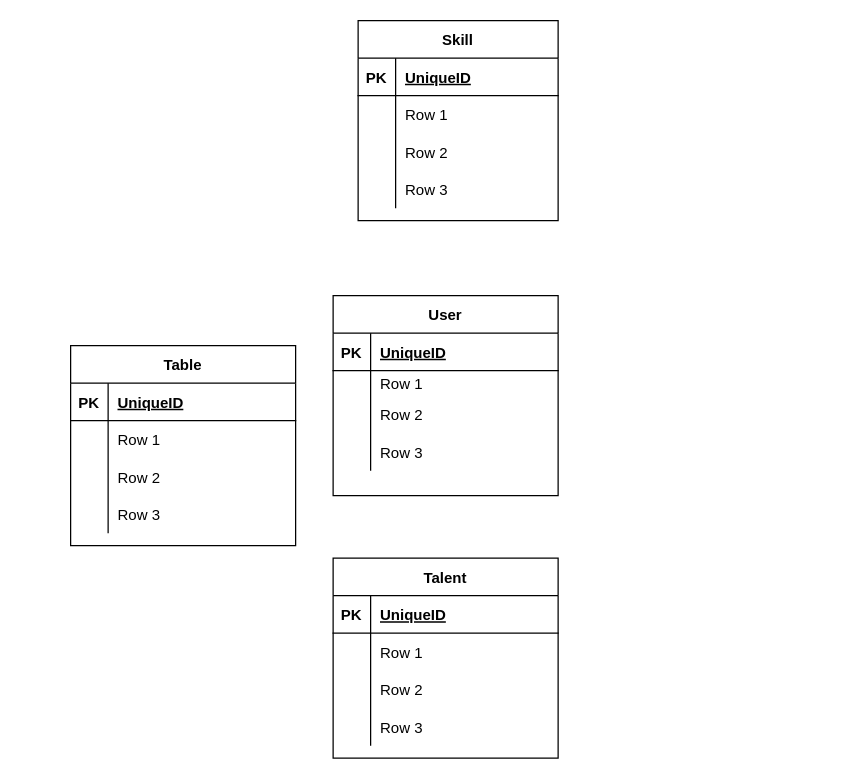
Above: Untitled Diagram.drawio in ryos321/erd (draw.io), before the change. Source tidied: cells renumbered, new cells numbered last; positions are measured from the earlier drawing's top-left corner, leaving out a move shared by most shapes. Both pictures are drawn from the tidied source at 125%, with x=0, y=0 at pixel (70, 20).
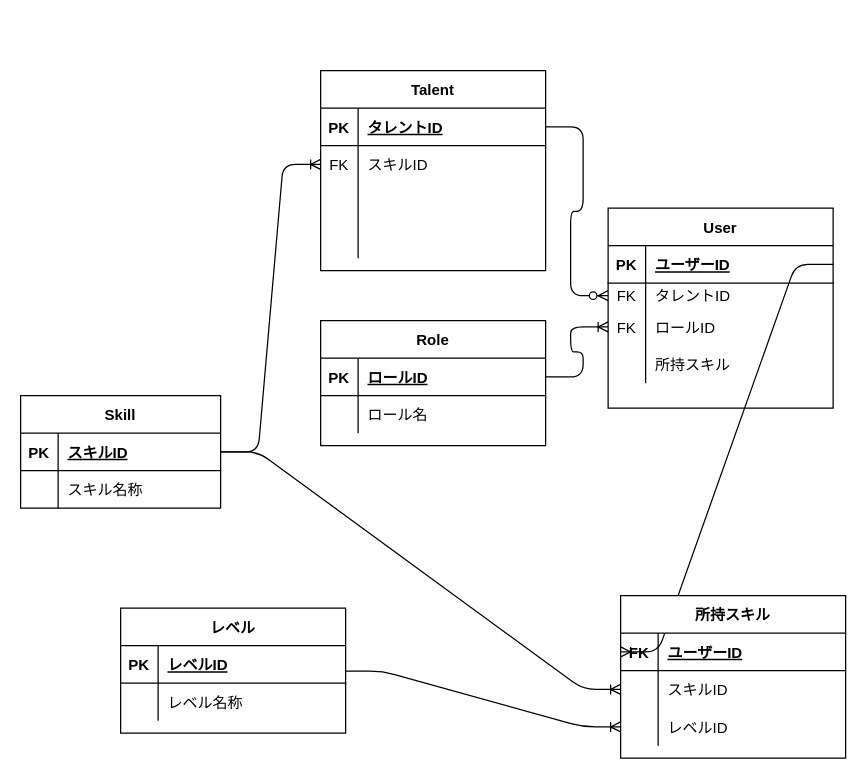
The same diagram, later.

The change refers to these unchanged cells:
```xml
<mxCell id="3" style="shape=partialRectangle;fillColor=none;top=0;left=0;bottom=1;right=0;points=[[0,0.5],[1,0.5]];portConstraint=eastwest;" parent="2" vertex="1">
  <mxGeometry y="30" width="180" height="30" as="geometry" />
</mxCell>
<mxCell id="6" style="shape=partialRectangle;fillColor=none;top=0;left=0;bottom=0;right=0;points=[[0,0.5],[1,0.5]];portConstraint=eastwest;" parent="2" vertex="1">
  <mxGeometry y="60" width="180" height="20" as="geometry" />
</mxCell>
<mxCell id="9" style="shape=partialRectangle;fillColor=none;top=0;left=0;bottom=0;right=0;points=[[0,0.5],[1,0.5]];portConstraint=eastwest;" parent="2" vertex="1">
  <mxGeometry y="80" width="180" height="30" as="geometry" />
</mxCell>
<mxCell id="12" style="shape=partialRectangle;fillColor=none;top=0;left=0;bottom=0;right=0;" parent="2" vertex="1">
  <mxGeometry y="110" width="180" height="30" as="geometry" />
</mxCell>
<mxCell id="29" style="shape=partialRectangle;fillColor=none;top=0;left=0;bottom=1;right=0;points=[[0,0.5],[1,0.5]];portConstraint=eastwest;" parent="28" vertex="1">
  <mxGeometry y="30" width="160" height="30" as="geometry" />
</mxCell>
<mxCell id="32" style="shape=partialRectangle;fillColor=none;top=0;left=0;bottom=0;right=0;" parent="28" vertex="1">
  <mxGeometry y="60" width="160" height="30" as="geometry" />
</mxCell>
<mxCell id="42" style="shape=partialRectangle;fillColor=none;top=0;left=0;bottom=1;right=0;points=[[0,0.5],[1,0.5]];portConstraint=eastwest;" parent="41" vertex="1">
  <mxGeometry y="30" width="180" height="30" as="geometry" />
</mxCell>
<mxCell id="45" style="shape=partialRectangle;fillColor=none;top=0;left=0;bottom=0;right=0;points=[[0,0.5],[1,0.5]];portConstraint=eastwest;" parent="41" vertex="1">
  <mxGeometry y="60" width="180" height="30" as="geometry" />
</mxCell>
<mxCell id="48" style="shape=partialRectangle;fillColor=none;top=0;left=0;bottom=0;right=0;points=[[0,0.5],[1,0.5]];portConstraint=eastwest;" parent="41" vertex="1">
  <mxGeometry y="90" width="180" height="30" as="geometry" />
</mxCell>
```

Diff of the diagram source:
```diff
@@
+    <mxCell id="54" style="edgeStyle=entityRelationEdgeStyle;fontSize=12;html=1;endArrow=ERzeroToMany;endFill=1;exitX=1;exitY=0.5;exitDx=0;exitDy=0;entryX=0;entryY=0.5;entryDx=0;entryDy=0;" parent="1" edge="1" source="16" target="6">
+      <mxGeometry relative="1" as="geometry" />
+    </mxCell>
+    <mxCell id="55" style="edgeStyle=entityRelationEdgeStyle;fontSize=12;html=1;endArrow=ERoneToMany;exitX=1;exitY=0.5;exitDx=0;exitDy=0;entryX=0;entryY=0.5;entryDx=0;entryDy=0;" parent="1" edge="1" source="29" target="19">
+      <mxGeometry relative="1" as="geometry" />
+    </mxCell>
+    <mxCell id="56" style="edgeStyle=entityRelationEdgeStyle;fontSize=12;html=1;endArrow=ERoneToMany;exitX=1;exitY=0.5;exitDx=0;exitDy=0;entryX=0;entryY=0.5;entryDx=0;entryDy=0;" parent="1" edge="1" source="58" target="9">
+      <mxGeometry relative="1" as="geometry" />
+    </mxCell>
+    <mxCell id="15" value="Talent" style="shape=table;startSize=30;childLayout=tableLayout;rowLines=0;fontStyle=1;align=center;" parent="1" vertex="1">
+      <mxGeometry x="200" y="40" width="180" height="160" as="geometry" />
+    </mxCell>
+    <mxCell id="16" style="shape=partialRectangle;fillColor=none;top=0;left=0;bottom=1;right=0;points=[[0,0.5],[1,0.5]];portConstraint=eastwest;" parent="15" vertex="1">
+      <mxGeometry y="30" width="180" height="30" as="geometry" />
+    </mxCell>
+    <mxCell id="17" value="PK" style="shape=partialRectangle;fillColor=none;top=0;left=0;bottom=0;right=0;fontStyle=1;overflow=hidden;" parent="16" vertex="1">
+      <mxGeometry width="30" height="30" as="geometry" />
+    </mxCell>
+    <mxCell id="18" value="タレントID" style="shape=partialRectangle;fillColor=none;top=0;left=0;bottom=0;right=0;align=left;spacingLeft=6;fontStyle=5;overflow=hidden;" parent="16" vertex="1">
+      <mxGeometry x="30" width="150" height="30" as="geometry" />
+    </mxCell>
+    <mxCell id="19" style="shape=partialRectangle;fillColor=none;top=0;left=0;bottom=0;right=0;points=[[0,0.5],[1,0.5]];portConstraint=eastwest;" parent="15" vertex="1">
+      <mxGeometry y="60" width="180" height="30" as="geometry" />
+    </mxCell>
+    <mxCell id="20" value="FK" style="shape=partialRectangle;fillColor=none;top=0;left=0;bottom=0;right=0;overflow=hidden;" parent="19" vertex="1">
+      <mxGeometry width="30" height="30" as="geometry" />
+    </mxCell>
+    <mxCell id="21" value="スキルID" style="shape=partialRectangle;fillColor=none;top=0;left=0;bottom=0;right=0;align=left;spacingLeft=6;overflow=hidden;" parent="19" vertex="1">
+      <mxGeometry x="30" width="150" height="30" as="geometry" />
+    </mxCell>
+    <mxCell id="22" style="shape=partialRectangle;fillColor=none;top=0;left=0;bottom=0;right=0;" parent="15" vertex="1">
+      <mxGeometry y="90" width="180" height="30" as="geometry" />
+    </mxCell>
+    <mxCell id="23" style="shape=partialRectangle;fillColor=none;top=0;left=0;bottom=0;right=0;overflow=hidden;" parent="22" vertex="1">
+      <mxGeometry width="30" height="30" as="geometry" />
+    </mxCell>
+    <mxCell id="24" style="shape=partialRectangle;fillColor=none;top=0;left=0;bottom=0;right=0;align=left;spacingLeft=6;overflow=hidden;" parent="22" vertex="1">
+      <mxGeometry x="30" width="150" height="30" as="geometry" />
+    </mxCell>
+    <mxCell id="25" style="shape=partialRectangle;fillColor=none;top=0;left=0;bottom=0;right=0;" parent="15" vertex="1">
+      <mxGeometry y="120" width="180" height="30" as="geometry" />
+    </mxCell>
+    <mxCell id="26" style="shape=partialRectangle;fillColor=none;top=0;left=0;bottom=0;right=0;overflow=hidden;" parent="25" vertex="1">
+      <mxGeometry width="30" height="30" as="geometry" />
+    </mxCell>
+    <mxCell id="27" style="shape=partialRectangle;fillColor=none;top=0;left=0;bottom=0;right=0;align=left;spacingLeft=6;overflow=hidden;" parent="25" vertex="1">
+      <mxGeometry x="30" width="150" height="30" as="geometry" />
+    </mxCell>
+    <mxCell id="57" value="Role" style="shape=table;startSize=30;childLayout=tableLayout;rowLines=0;fontStyle=1;align=center;" parent="1" vertex="1">
+      <mxGeometry x="200" y="240" width="180" height="100" as="geometry" />
+    </mxCell>
+    <mxCell id="58" style="shape=partialRectangle;fillColor=none;top=0;left=0;bottom=1;right=0;points=[[0,0.5],[1,0.5]];portConstraint=eastwest;" parent="57" vertex="1">
+      <mxGeometry y="30" width="180" height="30" as="geometry" />
+    </mxCell>
+    <mxCell id="59" value="PK" style="shape=partialRectangle;fillColor=none;top=0;left=0;bottom=0;right=0;fontStyle=1;overflow=hidden;" parent="58" vertex="1">
+      <mxGeometry width="30" height="30" as="geometry" />
+    </mxCell>
+    <mxCell id="60" value="ロールID" style="shape=partialRectangle;fillColor=none;top=0;left=0;bottom=0;right=0;align=left;spacingLeft=6;fontStyle=5;overflow=hidden;" parent="58" vertex="1">
+      <mxGeometry x="30" width="150" height="30" as="geometry" />
+    </mxCell>
+    <mxCell id="61" style="shape=partialRectangle;fillColor=none;top=0;left=0;bottom=0;right=0;" parent="57" vertex="1">
+      <mxGeometry y="60" width="180" height="30" as="geometry" />
+    </mxCell>
+    <mxCell id="62" style="shape=partialRectangle;fillColor=none;top=0;left=0;bottom=0;right=0;overflow=hidden;" parent="61" vertex="1">
+      <mxGeometry width="30" height="30" as="geometry" />
+    </mxCell>
+    <mxCell id="63" value="ロール名" style="shape=partialRectangle;fillColor=none;top=0;left=0;bottom=0;right=0;align=left;spacingLeft=6;overflow=hidden;" parent="61" vertex="1">
+      <mxGeometry x="30" width="150" height="30" as="geometry" />
+    </mxCell>
     <mxCell id="2" value="User" style="shape=table;startSize=30;childLayout=tableLayout;rowLines=0;fontStyle=1;align=center;" parent="1" vertex="1">
-      <mxGeometry x="210" y="220" width="180" height="160" as="geometry" />
+      <mxGeometry x="430" y="150" width="180" height="160" as="geometry" />
     </mxCell>
@@
-    <mxCell id="5" value="UniqueID" style="shape=partialRectangle;fillColor=none;top=0;left=0;bottom=0;right=0;align=left;spacingLeft=6;fontStyle=5;overflow=hidden;" parent="3" vertex="1">
+    <mxCell id="5" value="ユーザーID" style="shape=partialRectangle;fillColor=none;top=0;left=0;bottom=0;right=0;align=left;spacingLeft=6;fontStyle=5;overflow=hidden;" parent="3" vertex="1">
       <mxGeometry x="30" width="150" height="30" as="geometry" />
     </mxCell>
@@
-    <mxCell id="7" style="shape=partialRectangle;fillColor=none;top=0;left=0;bottom=0;right=0;overflow=hidden;" parent="6" vertex="1">
+    <mxCell id="7" value="FK" style="shape=partialRectangle;fillColor=none;top=0;left=0;bottom=0;right=0;overflow=hidden;" parent="6" vertex="1">
       <mxGeometry width="30" height="20" as="geometry" />
     </mxCell>
-    <mxCell id="8" value="Row 1" style="shape=partialRectangle;fillColor=none;top=0;left=0;bottom=0;right=0;align=left;spacingLeft=6;overflow=hidden;" parent="6" vertex="1">
+    <mxCell id="8" value="タレントID" style="shape=partialRectangle;fillColor=none;top=0;left=0;bottom=0;right=0;align=left;spacingLeft=6;overflow=hidden;" parent="6" vertex="1">
       <mxGeometry x="30" width="150" height="20" as="geometry" />
     </mxCell>
@@
-    <mxCell id="10" style="shape=partialRectangle;fillColor=none;top=0;left=0;bottom=0;right=0;overflow=hidden;" parent="9" vertex="1">
+    <mxCell id="10" value="FK" style="shape=partialRectangle;fillColor=none;top=0;left=0;bottom=0;right=0;overflow=hidden;" parent="9" vertex="1">
       <mxGeometry width="30" height="30" as="geometry" />
     </mxCell>
-    <mxCell id="11" value="Row 2" style="shape=partialRectangle;fillColor=none;top=0;left=0;bottom=0;right=0;align=left;spacingLeft=6;overflow=hidden;" parent="9" vertex="1">
+    <mxCell id="11" value="ロールID" style="shape=partialRectangle;fillColor=none;top=0;left=0;bottom=0;right=0;align=left;spacingLeft=6;overflow=hidden;" parent="9" vertex="1">
       <mxGeometry x="30" width="150" height="30" as="geometry" />
     </mxCell>
@@
-    <mxCell id="14" value="Row 3" style="shape=partialRectangle;fillColor=none;top=0;left=0;bottom=0;right=0;align=left;spacingLeft=6;overflow=hidden;" parent="12" vertex="1">
+    <mxCell id="14" value="所持スキル" style="shape=partialRectangle;fillColor=none;top=0;left=0;bottom=0;right=0;align=left;spacingLeft=6;overflow=hidden;" parent="12" vertex="1">
       <mxGeometry x="30" width="150" height="30" as="geometry" />
     </mxCell>
-    <mxCell id="15" value="Talent" style="shape=table;startSize=30;childLayout=tableLayout;rowLines=0;fontStyle=1;align=center;" parent="1" vertex="1">
-      <mxGeometry x="210" y="430" width="180" height="160" as="geometry" />
-    </mxCell>
-    <mxCell id="16" style="shape=partialRectangle;fillColor=none;top=0;left=0;bottom=1;right=0;points=[[0,0.5],[1,0.5]];portConstraint=eastwest;" parent="15" vertex="1">
-      <mxGeometry y="30" width="180" height="30" as="geometry" />
-    </mxCell>
-    <mxCell id="17" value="PK" style="shape=partialRectangle;fillColor=none;top=0;left=0;bottom=0;right=0;fontStyle=1;overflow=hidden;" parent="16" vertex="1">
-      <mxGeometry width="30" height="30" as="geometry" />
-    </mxCell>
-    <mxCell id="18" value="UniqueID" style="shape=partialRectangle;fillColor=none;top=0;left=0;bottom=0;right=0;align=left;spacingLeft=6;fontStyle=5;overflow=hidden;" parent="16" vertex="1">
-      <mxGeometry x="30" width="150" height="30" as="geometry" />
-    </mxCell>
-    <mxCell id="19" style="shape=partialRectangle;fillColor=none;top=0;left=0;bottom=0;right=0;points=[[0,0.5],[1,0.5]];portConstraint=eastwest;" parent="15" vertex="1">
-      <mxGeometry y="60" width="180" height="30" as="geometry" />
-    </mxCell>
-    <mxCell id="20" style="shape=partialRectangle;fillColor=none;top=0;left=0;bottom=0;right=0;overflow=hidden;" parent="19" vertex="1">
-      <mxGeometry width="30" height="30" as="geometry" />
-    </mxCell>
-    <mxCell id="21" value="Row 1" style="shape=partialRectangle;fillColor=none;top=0;left=0;bottom=0;right=0;align=left;spacingLeft=6;overflow=hidden;" parent="19" vertex="1">
-      <mxGeometry x="30" width="150" height="30" as="geometry" />
-    </mxCell>
-    <mxCell id="22" style="shape=partialRectangle;fillColor=none;top=0;left=0;bottom=0;right=0;" parent="15" vertex="1">
-      <mxGeometry y="90" width="180" height="30" as="geometry" />
-    </mxCell>
-    <mxCell id="23" style="shape=partialRectangle;fillColor=none;top=0;left=0;bottom=0;right=0;overflow=hidden;" parent="22" vertex="1">
-      <mxGeometry width="30" height="30" as="geometry" />
-    </mxCell>
-    <mxCell id="24" value="Row 2" style="shape=partialRectangle;fillColor=none;top=0;left=0;bottom=0;right=0;align=left;spacingLeft=6;overflow=hidden;" parent="22" vertex="1">
-      <mxGeometry x="30" width="150" height="30" as="geometry" />
-    </mxCell>
-    <mxCell id="25" style="shape=partialRectangle;fillColor=none;top=0;left=0;bottom=0;right=0;" parent="15" vertex="1">
-      <mxGeometry y="120" width="180" height="30" as="geometry" />
-    </mxCell>
-    <mxCell id="26" style="shape=partialRectangle;fillColor=none;top=0;left=0;bottom=0;right=0;overflow=hidden;" parent="25" vertex="1">
-      <mxGeometry width="30" height="30" as="geometry" />
-    </mxCell>
-    <mxCell id="27" value="Row 3" style="shape=partialRectangle;fillColor=none;top=0;left=0;bottom=0;right=0;align=left;spacingLeft=6;overflow=hidden;" parent="25" vertex="1">
-      <mxGeometry x="30" width="150" height="30" as="geometry" />
-    </mxCell>
+    <mxCell id="64" style="edgeStyle=entityRelationEdgeStyle;fontSize=12;html=1;endArrow=ERoneToMany;exitX=1;exitY=0.5;exitDx=0;exitDy=0;entryX=0;entryY=0.5;entryDx=0;entryDy=0;" parent="1" edge="1" source="3" target="42">
+      <mxGeometry relative="1" as="geometry" />
+    </mxCell>
+    <mxCell id="65" style="edgeStyle=entityRelationEdgeStyle;fontSize=12;html=1;endArrow=ERoneToMany;exitX=1;exitY=0.5;exitDx=0;exitDy=0;entryX=0;entryY=0.5;entryDx=0;entryDy=0;" parent="1" edge="1" source="28" target="45">
+      <mxGeometry relative="1" as="geometry" />
+    </mxCell>
     <mxCell id="28" value="Skill" style="shape=table;startSize=30;childLayout=tableLayout;rowLines=0;fontStyle=1;align=center;" parent="1" vertex="1">
-      <mxGeometry x="230" width="160" height="160" as="geometry" />
+      <mxGeometry x="-40" y="300" width="160" height="90" as="geometry" />
     </mxCell>
@@
-    <mxCell id="31" value="UniqueID" style="shape=partialRectangle;fillColor=none;top=0;left=0;bottom=0;right=0;align=left;spacingLeft=6;fontStyle=5;overflow=hidden;" parent="29" vertex="1">
+    <mxCell id="31" value="スキルID" style="shape=partialRectangle;fillColor=none;top=0;left=0;bottom=0;right=0;align=left;spacingLeft=6;fontStyle=5;overflow=hidden;" parent="29" vertex="1">
       <mxGeometry x="30" width="130" height="30" as="geometry" />
     </mxCell>
@@
-    <mxCell id="34" value="Row 1" style="shape=partialRectangle;fillColor=none;top=0;left=0;bottom=0;right=0;align=left;spacingLeft=6;overflow=hidden;" parent="32" vertex="1">
+    <mxCell id="34" value="スキル名称" style="shape=partialRectangle;fillColor=none;top=0;left=0;bottom=0;right=0;align=left;spacingLeft=6;overflow=hidden;" parent="32" vertex="1">
       <mxGeometry x="30" width="130" height="30" as="geometry" />
     </mxCell>
-    <mxCell id="35" style="shape=partialRectangle;fillColor=none;top=0;left=0;bottom=0;right=0;" parent="28" vertex="1">
-      <mxGeometry y="90" width="160" height="30" as="geometry" />
-    </mxCell>
-    <mxCell id="36" style="shape=partialRectangle;fillColor=none;top=0;left=0;bottom=0;right=0;overflow=hidden;" parent="35" vertex="1">
-      <mxGeometry width="30" height="30" as="geometry" />
-    </mxCell>
-    <mxCell id="37" value="Row 2" style="shape=partialRectangle;fillColor=none;top=0;left=0;bottom=0;right=0;align=left;spacingLeft=6;overflow=hidden;" parent="35" vertex="1">
-      <mxGeometry x="30" width="130" height="30" as="geometry" />
-    </mxCell>
-    <mxCell id="38" style="shape=partialRectangle;fillColor=none;top=0;left=0;bottom=0;right=0;" parent="28" vertex="1">
-      <mxGeometry y="120" width="160" height="30" as="geometry" />
-    </mxCell>
-    <mxCell id="39" style="shape=partialRectangle;fillColor=none;top=0;left=0;bottom=0;right=0;overflow=hidden;" parent="38" vertex="1">
-      <mxGeometry width="30" height="30" as="geometry" />
-    </mxCell>
-    <mxCell id="40" value="Row 3" style="shape=partialRectangle;fillColor=none;top=0;left=0;bottom=0;right=0;align=left;spacingLeft=6;overflow=hidden;" parent="38" vertex="1">
-      <mxGeometry x="30" width="130" height="30" as="geometry" />
-    </mxCell>
-    <mxCell id="41" value="Table" style="shape=table;startSize=30;childLayout=tableLayout;rowLines=0;fontStyle=1;align=center;" parent="1" vertex="1">
-      <mxGeometry y="260" width="180" height="160" as="geometry" />
+    <mxCell id="41" value="所持スキル" style="shape=table;startSize=30;childLayout=tableLayout;rowLines=0;fontStyle=1;align=center;" parent="1" vertex="1">
+      <mxGeometry x="440" y="460" width="180" height="130" as="geometry" />
     </mxCell>
@@
-    <mxCell id="43" value="PK" style="shape=partialRectangle;fillColor=none;top=0;left=0;bottom=0;right=0;fontStyle=1;overflow=hidden;" parent="42" vertex="1">
+    <mxCell id="43" value="FK" style="shape=partialRectangle;fillColor=none;top=0;left=0;bottom=0;right=0;fontStyle=1;overflow=hidden;" parent="42" vertex="1">
       <mxGeometry width="30" height="30" as="geometry" />
     </mxCell>
-    <mxCell id="44" value="UniqueID" style="shape=partialRectangle;fillColor=none;top=0;left=0;bottom=0;right=0;align=left;spacingLeft=6;fontStyle=5;overflow=hidden;" parent="42" vertex="1">
+    <mxCell id="44" value="ユーザーID" style="shape=partialRectangle;fillColor=none;top=0;left=0;bottom=0;right=0;align=left;spacingLeft=6;fontStyle=5;overflow=hidden;" parent="42" vertex="1">
       <mxGeometry x="30" width="150" height="30" as="geometry" />
     </mxCell>
@@
-    <mxCell id="47" value="Row 1" style="shape=partialRectangle;fillColor=none;top=0;left=0;bottom=0;right=0;align=left;spacingLeft=6;overflow=hidden;" parent="45" vertex="1">
+    <mxCell id="47" value="スキルID" style="shape=partialRectangle;fillColor=none;top=0;left=0;bottom=0;right=0;align=left;spacingLeft=6;overflow=hidden;" parent="45" vertex="1">
       <mxGeometry x="30" width="150" height="30" as="geometry" />
     </mxCell>
@@
-    <mxCell id="50" value="Row 2" style="shape=partialRectangle;fillColor=none;top=0;left=0;bottom=0;right=0;align=left;spacingLeft=6;overflow=hidden;" parent="48" vertex="1">
+    <mxCell id="50" value="レベルID" style="shape=partialRectangle;fillColor=none;top=0;left=0;bottom=0;right=0;align=left;spacingLeft=6;overflow=hidden;" parent="48" vertex="1">
       <mxGeometry x="30" width="150" height="30" as="geometry" />
     </mxCell>
-    <mxCell id="51" style="shape=partialRectangle;fillColor=none;top=0;left=0;bottom=0;right=0;" parent="41" vertex="1">
-      <mxGeometry y="120" width="180" height="30" as="geometry" />
-    </mxCell>
-    <mxCell id="52" style="shape=partialRectangle;fillColor=none;top=0;left=0;bottom=0;right=0;overflow=hidden;" parent="51" vertex="1">
-      <mxGeometry width="30" height="30" as="geometry" />
-    </mxCell>
-    <mxCell id="53" value="Row 3" style="shape=partialRectangle;fillColor=none;top=0;left=0;bottom=0;right=0;align=left;spacingLeft=6;overflow=hidden;" parent="51" vertex="1">
-      <mxGeometry x="30" width="150" height="30" as="geometry" />
-    </mxCell>
+    <mxCell id="66" value="レベル" style="shape=table;startSize=30;childLayout=tableLayout;rowLines=0;fontStyle=1;align=center;" parent="1" vertex="1">
+      <mxGeometry x="40" y="470" width="180" height="100" as="geometry" />
+    </mxCell>
+    <mxCell id="67" style="shape=partialRectangle;fillColor=none;top=0;left=0;bottom=1;right=0;points=[[0,0.5],[1,0.5]];portConstraint=eastwest;" parent="66" vertex="1">
+      <mxGeometry y="30" width="180" height="30" as="geometry" />
+    </mxCell>
+    <mxCell id="68" value="PK" style="shape=partialRectangle;fillColor=none;top=0;left=0;bottom=0;right=0;fontStyle=1;overflow=hidden;" parent="67" vertex="1">
+      <mxGeometry width="30" height="30" as="geometry" />
+    </mxCell>
+    <mxCell id="69" value="レベルID" style="shape=partialRectangle;fillColor=none;top=0;left=0;bottom=0;right=0;align=left;spacingLeft=6;fontStyle=5;overflow=hidden;" parent="67" vertex="1">
+      <mxGeometry x="30" width="150" height="30" as="geometry" />
+    </mxCell>
+    <mxCell id="70" style="shape=partialRectangle;fillColor=none;top=0;left=0;bottom=0;right=0;" parent="66" vertex="1">
+      <mxGeometry y="60" width="180" height="30" as="geometry" />
+    </mxCell>
+    <mxCell id="71" style="shape=partialRectangle;fillColor=none;top=0;left=0;bottom=0;right=0;overflow=hidden;" parent="70" vertex="1">
+      <mxGeometry width="30" height="30" as="geometry" />
+    </mxCell>
+    <mxCell id="72" value="レベル名称" style="shape=partialRectangle;fillColor=none;top=0;left=0;bottom=0;right=0;align=left;spacingLeft=6;overflow=hidden;" parent="70" vertex="1">
+      <mxGeometry x="30" width="150" height="30" as="geometry" />
+    </mxCell>
+    <mxCell id="73" style="edgeStyle=entityRelationEdgeStyle;fontSize=12;html=1;endArrow=ERoneToMany;exitX=0.998;exitY=0.683;exitDx=0;exitDy=0;exitPerimeter=0;entryX=0;entryY=0.5;entryDx=0;entryDy=0;" parent="1" edge="1" source="67" target="48">
+      <mxGeometry relative="1" as="geometry" />
+    </mxCell>
```
